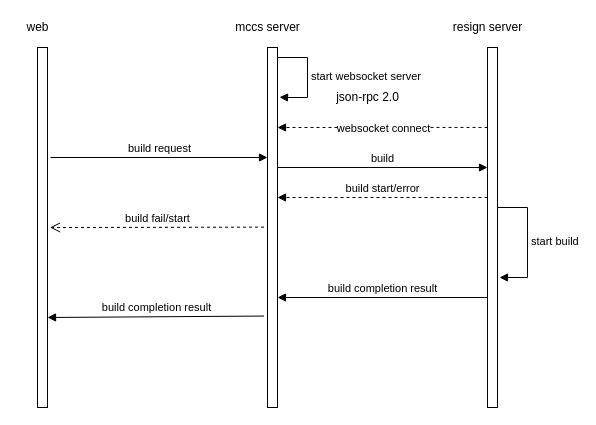
The draw.io diagram oem.drawio in Dcell/drawio, before the edit. Source tidied: cells renumbered, new cells numbered last; positions are measured from the earlier drawing's top-left corner, leaving out a move shared by most shapes. Both pictures are drawn from the tidied source at 100%, with x=0, y=0 at pixel (17, 17).
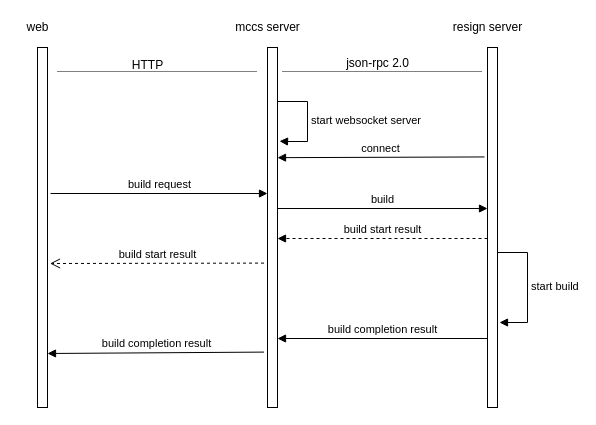
Above is the later version.

The change refers to these unchanged cells:
```xml
<mxCell id="2" style="html=1;points=[];perimeter=orthogonalPerimeter;" parent="1" vertex="1">
  <mxGeometry x="20" y="30" width="10" height="360" as="geometry" />
</mxCell>
<mxCell id="3" style="html=1;points=[];perimeter=orthogonalPerimeter;" parent="1" vertex="1">
  <mxGeometry x="250" y="30" width="10" height="360" as="geometry" />
</mxCell>
<mxCell id="4" style="html=1;points=[];perimeter=orthogonalPerimeter;" parent="1" vertex="1">
  <mxGeometry x="470" y="30" width="10" height="360" as="geometry" />
</mxCell>
```

Change to the diagram source:
```diff
@@
-    <mxCell id="8" value="start websocket server&lt;br&gt;" style="edgeStyle=orthogonalEdgeStyle;html=1;align=left;spacingLeft=2;endArrow=block;rounded=0;entryX=1.2;entryY=0.138;entryDx=0;entryDy=0;entryPerimeter=0;" parent="1" edge="1" source="3" target="3">
+    <mxCell id="8" value="start websocket server&lt;br&gt;" style="edgeStyle=orthogonalEdgeStyle;html=1;align=left;spacingLeft=2;endArrow=block;rounded=0;entryX=1.2;entryY=0.138;entryDx=0;entryDy=0;entryPerimeter=0;" parent="1" edge="1">
       <mxGeometry relative="1" as="geometry">
+        <mxPoint x="260" y="84" as="sourcePoint" />
+        <mxPoint x="262" y="123.7" as="targetPoint" />
         <Array as="points">
-          <mxPoint x="290" y="40" />
-          <mxPoint x="290" y="80" />
-          <mxPoint x="270" y="80" />
+          <mxPoint x="290" y="84" />
+          <mxPoint x="290" y="124" />
+          <mxPoint x="270" y="124" />
         </Array>
       </mxGeometry>
     </mxCell>
     <mxCell id="9" value="build request" style="html=1;verticalAlign=bottom;endArrow=block;" parent="1" edge="1">
       <mxGeometry relative="1" as="geometry">
-        <mxPoint x="33" y="140" as="sourcePoint" />
-        <mxPoint x="250" y="140" as="targetPoint" />
+        <mxPoint x="33" y="176" as="sourcePoint" />
+        <mxPoint x="250" y="176" as="targetPoint" />
       </mxGeometry>
     </mxCell>
-    <mxCell id="10" style="endArrow=block;endFill=1;html=1;edgeStyle=orthogonalEdgeStyle;align=left;verticalAlign=top;exitX=0;exitY=0.222;exitDx=0;exitDy=0;exitPerimeter=0;dashed=1;" parent="1" edge="1" source="4">
-      <mxGeometry x="-1" relative="1" as="geometry">
-        <mxPoint x="260" y="110" as="targetPoint" />
-      </mxGeometry>
-    </mxCell>
-    <mxCell id="11" value="websocket connect" style="edgeLabel;html=1;align=center;verticalAlign=middle;" parent="10" vertex="1">
-      <mxGeometry y="1" relative="1" as="geometry">
-        <mxPoint y="-1" as="offset" />
-      </mxGeometry>
-    </mxCell>
     <mxCell id="12" value="json-rpc 2.0" style="text;html=1;align=center;verticalAlign=middle;" parent="1" vertex="1">
-      <mxGeometry x="310" y="70" width="80" height="20" as="geometry" />
+      <mxGeometry x="320" y="36" width="80" height="20" as="geometry" />
     </mxCell>
-    <mxCell id="13" value="build fail/start" style="html=1;verticalAlign=bottom;endArrow=open;dashed=1;endSize=8;entryX=1.25;entryY=0.5;entryDx=0;entryDy=0;entryPerimeter=0;exitX=-0.35;exitY=0.499;exitDx=0;exitDy=0;exitPerimeter=0;" parent="1" edge="1" source="3" target="2">
-      <mxGeometry relative="1" as="geometry" />
+    <mxCell id="13" value="build start result" style="html=1;verticalAlign=bottom;endArrow=open;dashed=1;endSize=8;entryX=1.25;entryY=0.5;entryDx=0;entryDy=0;entryPerimeter=0;exitX=-0.35;exitY=0.499;exitDx=0;exitDy=0;exitPerimeter=0;" parent="1" edge="1">
+      <mxGeometry relative="1" as="geometry">
+        <mxPoint x="246.5" y="245.6" as="sourcePoint" />
+        <mxPoint x="32.5" y="246" as="targetPoint" />
+      </mxGeometry>
     </mxCell>
     <mxCell id="14" value="build" style="html=1;verticalAlign=bottom;endArrow=block;" parent="1" edge="1">
       <mxGeometry relative="1" as="geometry">
-        <mxPoint x="260" y="150" as="sourcePoint" />
-        <mxPoint x="470" y="150" as="targetPoint" />
+        <mxPoint x="260" y="191" as="sourcePoint" />
+        <mxPoint x="470" y="191" as="targetPoint" />
       </mxGeometry>
     </mxCell>
-    <mxCell id="15" value="build start/error" style="html=1;verticalAlign=bottom;endArrow=block;dashed=1;" parent="1" edge="1">
+    <mxCell id="15" value="build start result" style="html=1;verticalAlign=bottom;endArrow=block;dashed=1;" parent="1" edge="1">
       <mxGeometry relative="1" as="geometry">
-        <mxPoint x="470" y="180" as="sourcePoint" />
-        <mxPoint x="260" y="180" as="targetPoint" />
+        <mxPoint x="470" y="221" as="sourcePoint" />
+        <mxPoint x="260" y="221" as="targetPoint" />
       </mxGeometry>
     </mxCell>
     <mxCell id="16" value="start build" style="edgeStyle=orthogonalEdgeStyle;html=1;align=left;spacingLeft=2;endArrow=block;rounded=0;" parent="1" edge="1">
       <mxGeometry relative="1" as="geometry">
-        <mxPoint x="480" y="190" as="sourcePoint" />
-        <mxPoint x="482" y="260" as="targetPoint" />
+        <mxPoint x="480" y="235" as="sourcePoint" />
+        <mxPoint x="482" y="305" as="targetPoint" />
         <Array as="points">
-          <mxPoint x="510" y="190" />
-          <mxPoint x="510" y="260" />
-          <mxPoint x="482" y="260" />
+          <mxPoint x="510" y="235" />
+          <mxPoint x="510" y="305" />
+          <mxPoint x="482" y="305" />
         </Array>
       </mxGeometry>
     </mxCell>
     <mxCell id="17" value="build completion result" style="html=1;verticalAlign=bottom;endArrow=block;" parent="1" edge="1">
       <mxGeometry relative="1" as="geometry">
-        <mxPoint x="470" y="280" as="sourcePoint" />
-        <mxPoint x="260" y="280" as="targetPoint" />
+        <mxPoint x="470" y="321" as="sourcePoint" />
+        <mxPoint x="260" y="321" as="targetPoint" />
       </mxGeometry>
     </mxCell>
-    <mxCell id="18" value="build completion result" style="html=1;verticalAlign=bottom;endArrow=block;exitX=-0.35;exitY=0.746;exitDx=0;exitDy=0;exitPerimeter=0;" parent="1" edge="1" source="3">
+    <mxCell id="18" value="build completion result" style="html=1;verticalAlign=bottom;endArrow=block;exitX=-0.35;exitY=0.746;exitDx=0;exitDy=0;exitPerimeter=0;" parent="1" edge="1">
       <mxGeometry relative="1" as="geometry">
-        <mxPoint x="30" y="300" as="targetPoint" />
+        <mxPoint x="246.5" y="334.6" as="sourcePoint" />
+        <mxPoint x="30" y="336" as="targetPoint" />
       </mxGeometry>
     </mxCell>
+    <mxCell id="19" style="line;strokeWidth=1;fillColor=none;align=left;verticalAlign=middle;spacingTop=-1;spacingLeft=3;spacingRight=3;labelPosition=right;dashed=1;dashPattern=1 1;" parent="1" vertex="1">
+      <mxGeometry x="40" y="50" width="200" height="8" as="geometry" />
+    </mxCell>
+    <mxCell id="20" value="HTTP" style="text;html=1;align=center;verticalAlign=middle;" parent="1" vertex="1">
+      <mxGeometry x="105" y="38" width="50" height="20" as="geometry" />
+    </mxCell>
+    <mxCell id="21" style="line;strokeWidth=1;fillColor=none;align=left;verticalAlign=middle;spacingTop=-1;spacingLeft=3;spacingRight=3;labelPosition=right;dashed=1;dashPattern=1 1;" parent="1" vertex="1">
+      <mxGeometry x="265" y="50" width="200" height="8" as="geometry" />
+    </mxCell>
+    <mxCell id="22" value="connect" style="html=1;verticalAlign=bottom;endArrow=block;entryX=1;entryY=0.306;entryDx=0;entryDy=0;entryPerimeter=0;exitX=-0.3;exitY=0.304;exitDx=0;exitDy=0;exitPerimeter=0;" parent="1" edge="1" source="4" target="3">
+      <mxGeometry relative="1" as="geometry" />
+    </mxCell>
```
